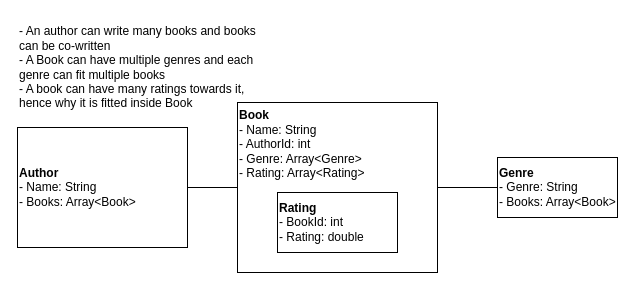
emmabrght/m165 keeps this draw.io diagram as KN02/books2.drawio. Above is the earlier version. Source tidied: cells renumbered, new cells numbered last; positions are measured from the earlier drawing's top-left corner, leaving out a move shared by most shapes. Both pictures are drawn from the tidied source at 100%, with x=0, y=0 at pixel (17, 17).
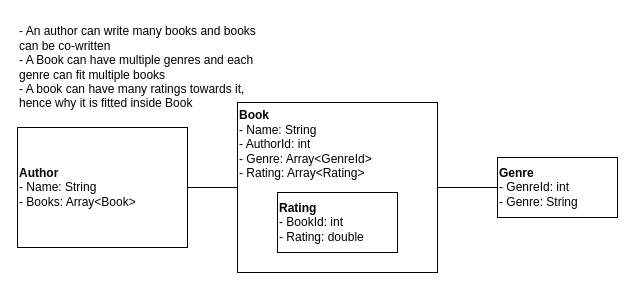
The same page after the edit.

The edit, as a diff of the source:
```diff
@@
 <mxGraphModel>
   <root>
     <mxCell id="0" />
     <mxCell id="1" parent="0" />
     <mxCell id="2" value="&lt;b&gt;Author&lt;/b&gt;&lt;div&gt;- Name: String&lt;/div&gt;&lt;div&gt;- Books: Array&amp;lt;Book&amp;gt;&lt;/div&gt;" style="rounded=0;whiteSpace=wrap;html=1;align=left;" parent="1" vertex="1">
       <mxGeometry y="110" width="170" height="120" as="geometry" />
     </mxCell>
-    <mxCell id="3" value="&lt;b&gt;Book&lt;/b&gt;&lt;div&gt;- Name: String&lt;/div&gt;&lt;div&gt;- AuthorId: int&lt;/div&gt;&lt;div&gt;- Genre: Array&amp;lt;Genre&amp;gt;&lt;/div&gt;&lt;div&gt;- Rating: Array&amp;lt;Rating&amp;gt;&lt;/div&gt;&lt;div&gt;&lt;br&gt;&lt;/div&gt;&lt;div&gt;&lt;br&gt;&lt;/div&gt;&lt;div&gt;&lt;br&gt;&lt;/div&gt;&lt;div&gt;&lt;br&gt;&lt;/div&gt;&lt;div&gt;&lt;br&gt;&lt;/div&gt;&lt;div&gt;&lt;br&gt;&lt;/div&gt;" style="rounded=0;whiteSpace=wrap;html=1;align=left;" parent="1" vertex="1">
+    <mxCell id="3" value="&lt;b&gt;Book&lt;/b&gt;&lt;div&gt;- Name: String&lt;/div&gt;&lt;div&gt;- AuthorId: int&lt;/div&gt;&lt;div&gt;- Genre: Array&amp;lt;GenreId&amp;gt;&lt;/div&gt;&lt;div&gt;- Rating: Array&amp;lt;Rating&amp;gt;&lt;/div&gt;&lt;div&gt;&lt;br&gt;&lt;/div&gt;&lt;div&gt;&lt;br&gt;&lt;/div&gt;&lt;div&gt;&lt;br&gt;&lt;/div&gt;&lt;div&gt;&lt;br&gt;&lt;/div&gt;&lt;div&gt;&lt;br&gt;&lt;/div&gt;&lt;div&gt;&lt;br&gt;&lt;/div&gt;" style="rounded=0;whiteSpace=wrap;html=1;align=left;" parent="1" vertex="1">
       <mxGeometry x="220" y="85" width="200" height="170" as="geometry" />
     </mxCell>
     <mxCell id="4" style="endArrow=none;html=1;rounded=0;exitX=1;exitY=0.5;exitDx=0;exitDy=0;entryX=0;entryY=0.5;entryDx=0;entryDy=0;" parent="1" edge="1" source="2" target="3">
       <mxGeometry relative="1" as="geometry" />
     </mxCell>
     <mxCell id="5" value="&lt;b&gt;Rating&lt;/b&gt;&lt;div&gt;- BookId: int&lt;/div&gt;&lt;div&gt;- Rating: double&lt;/div&gt;" style="rounded=0;whiteSpace=wrap;html=1;align=left;" parent="1" vertex="1">
       <mxGeometry x="260" y="175" width="120" height="60" as="geometry" />
     </mxCell>
-    <mxCell id="6" value="&lt;b&gt;Genre&lt;/b&gt;&lt;div&gt;- Genre: String&lt;/div&gt;&lt;div&gt;- Books: Array&amp;lt;Book&amp;gt;&lt;/div&gt;" style="rounded=0;whiteSpace=wrap;html=1;align=left;" parent="1" vertex="1">
+    <mxCell id="6" value="&lt;b&gt;Genre&lt;/b&gt;&lt;div&gt;- GenreId: int&lt;br&gt;&lt;div&gt;- Genre: String&lt;/div&gt;&lt;/div&gt;" style="rounded=0;whiteSpace=wrap;html=1;align=left;" parent="1" vertex="1">
       <mxGeometry x="480" y="140" width="120" height="60" as="geometry" />
     </mxCell>
     <mxCell id="7" style="endArrow=none;html=1;rounded=0;exitX=1;exitY=0.5;exitDx=0;exitDy=0;entryX=0;entryY=0.5;entryDx=0;entryDy=0;" parent="1" edge="1" source="3" target="6">
       <mxGeometry relative="1" as="geometry" />
     </mxCell>
     <mxCell id="8" value="- An author can write many books and books can be co-written&lt;div&gt;- A Book can have multiple genres and each genre can fit multiple books&lt;/div&gt;&lt;div&gt;- A book can have many ratings towards it, hence why it is fitted inside Book&lt;/div&gt;" style="text;strokeColor=none;align=left;fillColor=none;html=1;verticalAlign=middle;whiteSpace=wrap;rounded=0;" parent="1" vertex="1">
       <mxGeometry width="250" height="100" as="geometry" />
     </mxCell>
   </root>
 </mxGraphModel>
```
